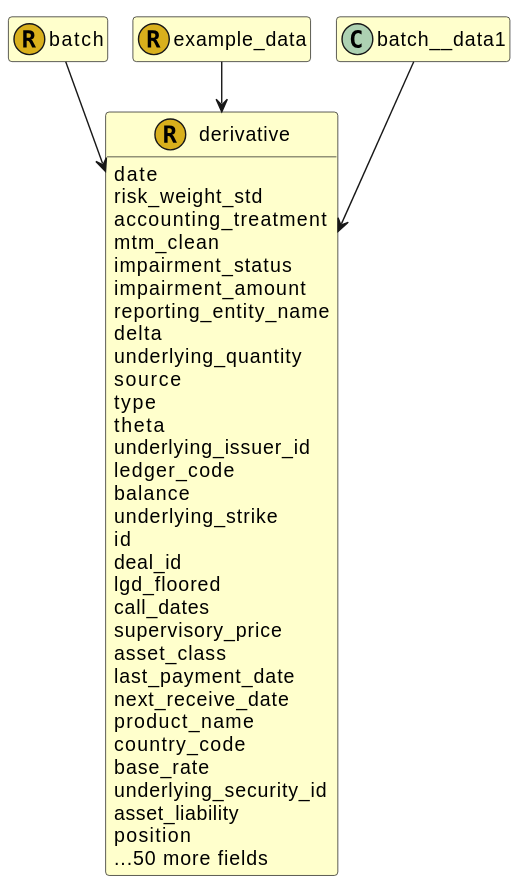
Before: images/fire.model.derivative.svg, a diagram exported from PlantUML (Schemarise/demo-alfa-with-fire-json-model). The source it was exported from:
```plantuml
@startuml
!pragma layout smetana

skinparam ClassBackgroundColor #BUSINESS
hide empty methods
hide empty fields
skinparam backgroundColor transparent
set namespaceSeparator none




class derivative << (R,D9B01C) >> {

  date
  risk_weight_std
  accounting_treatment
  mtm_clean
  impairment_status
  impairment_amount
  reporting_entity_name
  delta
  underlying_quantity
  source
  type
  theta
  underlying_issuer_id
  ledger_code
  balance
  underlying_strike
  id
  deal_id
  lgd_floored
  call_dates
  supervisory_price
  asset_class
  last_payment_date
  next_receive_date
  product_name
  country_code
  base_rate
  underlying_security_id
  asset_liability
  position
  ...50 more fields




}

class batch << (R,D9B01C) >> {





}

class example_data << (R,D9B01C) >> {





}

batch --> derivative
batch__data1 --> derivative
example_data --> derivative

@enduml
```
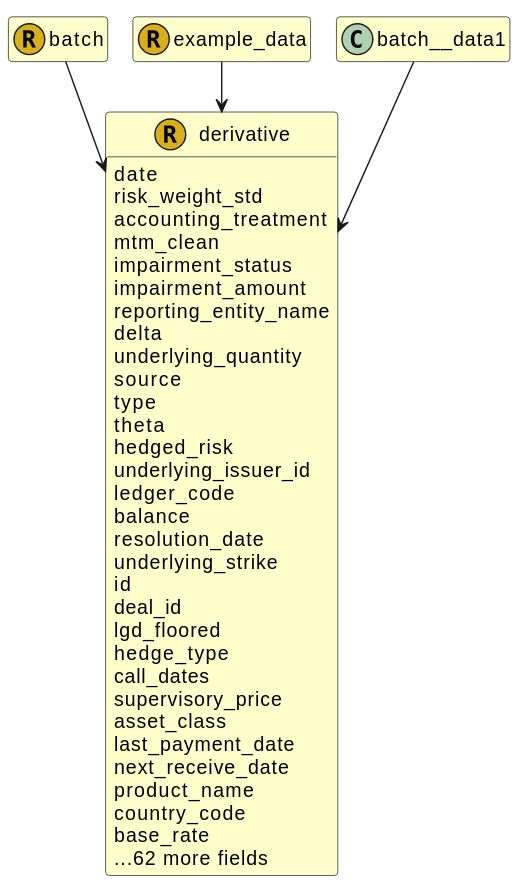
Above is the later version.

What changed in the source:
```diff
@@ -24,13 +24,16 @@
   source
   type
   theta
+  hedged_risk
   underlying_issuer_id
   ledger_code
   balance
+  resolution_date
   underlying_strike
   id
   deal_id
   lgd_floored
+  hedge_type
   call_dates
   supervisory_price
   asset_class
@@ -39,10 +42,7 @@
   product_name
   country_code
   base_rate
-  underlying_security_id
-  asset_liability
-  position
-  ...50 more fields
+  ...62 more fields
 
 
 
```
